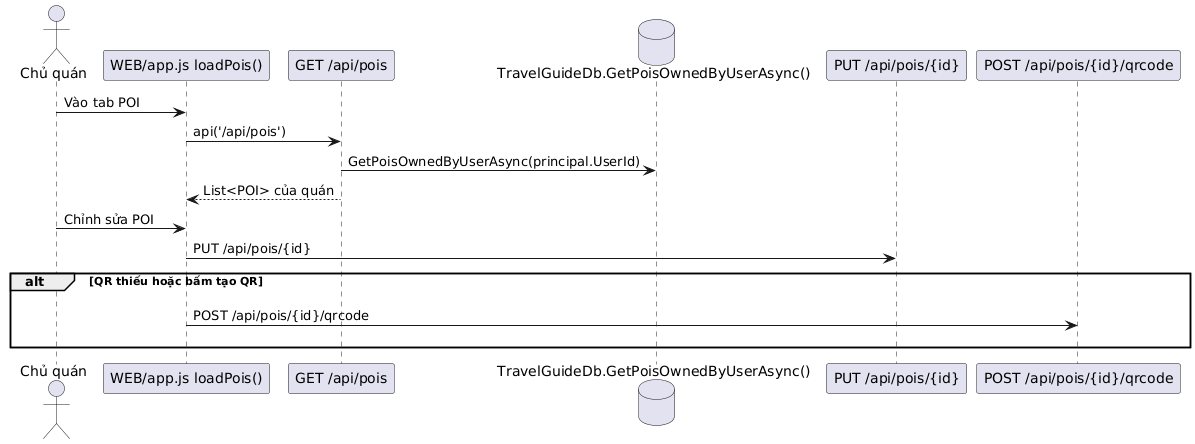
Before: Diagrams/SE Owner QuanLyPOI.png, a diagram exported from PlantUML (hoangtri22/TravelGuide). The source it was exported from:
```plantuml
@startuml
actor "Chủ quán" as O
participant "WEB/app.js loadPois()" as FE
participant "GET /api/pois" as GET
database "TravelGuideDb.GetPoisOwnedByUserAsync()" as DB
participant "PUT /api/pois/{id}" as PUT
participant "POST /api/pois/{id}/qrcode" as QR
O -> FE : Vào tab POI
FE -> GET : api('/api/pois')
GET -> DB : GetPoisOwnedByUserAsync(principal.UserId)
GET --> FE : List<POI> của quán
O -> FE : Chỉnh sửa POI
FE -> PUT : PUT /api/pois/{id}
alt QR thiếu hoặc bấm tạo QR
  O -[hidden]-> QR
  FE -> QR : POST /api/pois/{id}/qrcode
  QR -[hidden]-> O
end
@enduml
```
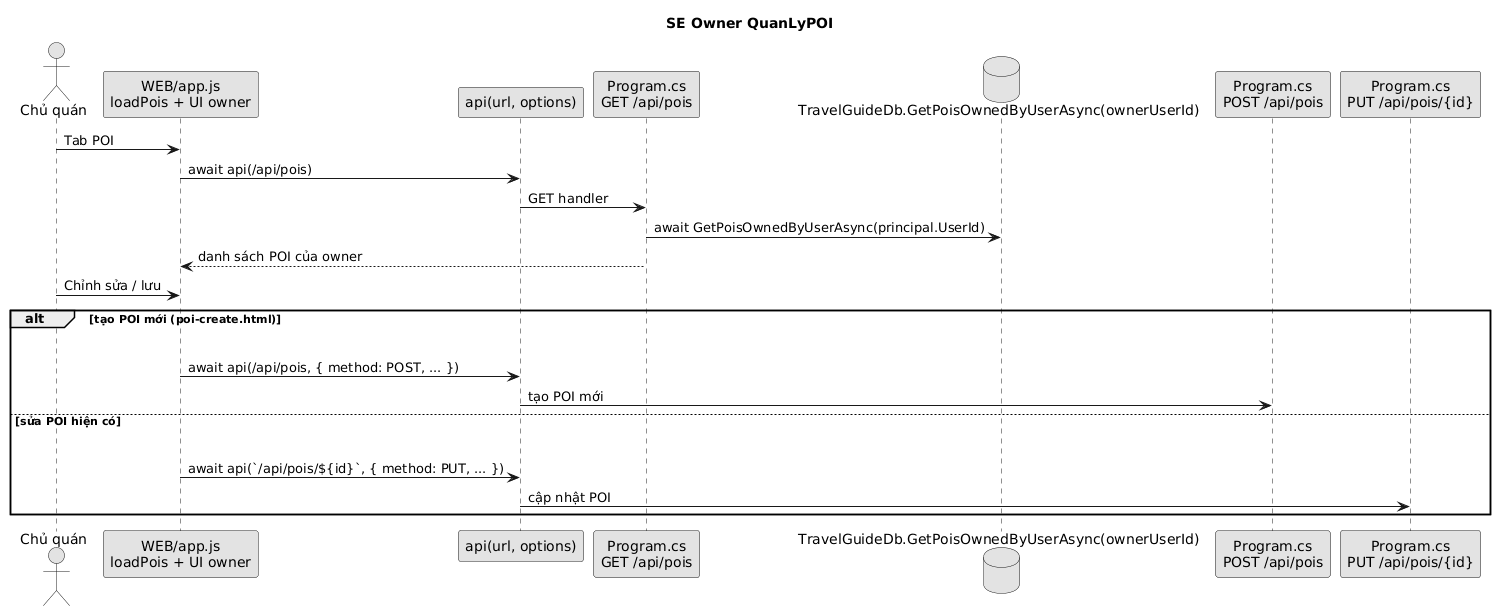
After the commit.

Diff of the diagram source:
```diff
@@ -1,19 +1,29 @@
 @startuml
+title SE Owner QuanLyPOI
+skinparam shadowing false
+skinparam monochrome true
 actor "Chủ quán" as O
-participant "WEB/app.js loadPois()" as FE
-participant "GET /api/pois" as GET
-database "TravelGuideDb.GetPoisOwnedByUserAsync()" as DB
-participant "PUT /api/pois/{id}" as PUT
-participant "POST /api/pois/{id}/qrcode" as QR
-O -> FE : Vào tab POI
-FE -> GET : api('/api/pois')
-GET -> DB : GetPoisOwnedByUserAsync(principal.UserId)
-GET --> FE : List<POI> của quán
-O -> FE : Chỉnh sửa POI
-FE -> PUT : PUT /api/pois/{id}
-alt QR thiếu hoặc bấm tạo QR
-  O -[hidden]-> QR
-  FE -> QR : POST /api/pois/{id}/qrcode
-  QR -[hidden]-> O
+participant "WEB/app.js\nloadPois + UI owner" as FE
+participant "api(url, options)" as APIJS
+participant "Program.cs\nGET /api/pois" as GET
+database "TravelGuideDb.GetPoisOwnedByUserAsync(ownerUserId)" as DB
+participant "Program.cs\nPOST /api/pois" as POST
+participant "Program.cs\nPUT /api/pois/{id}" as PUT
+O -> FE : Tab POI
+FE -> APIJS : await api(/api/pois)
+APIJS -> GET : GET handler
+GET -> DB : await GetPoisOwnedByUserAsync(principal.UserId)
+GET --> FE : danh sách POI của owner
+O -> FE : Chỉnh sửa / lưu
+alt tạo POI mới (poi-create.html)
+  O -[hidden]-> FE
+  APIJS -[hidden]-> PUT
+  FE -> APIJS : await api(/api/pois, { method: POST, ... })
+  APIJS -> POST : tạo POI mới
+else sửa POI hiện có
+  O -[hidden]-> FE
+  APIJS -[hidden]-> PUT
+  FE -> APIJS : await api(`/api/pois/${id}`, { method: PUT, ... })
+  APIJS -> PUT : cập nhật POI
 end
 @enduml
```
